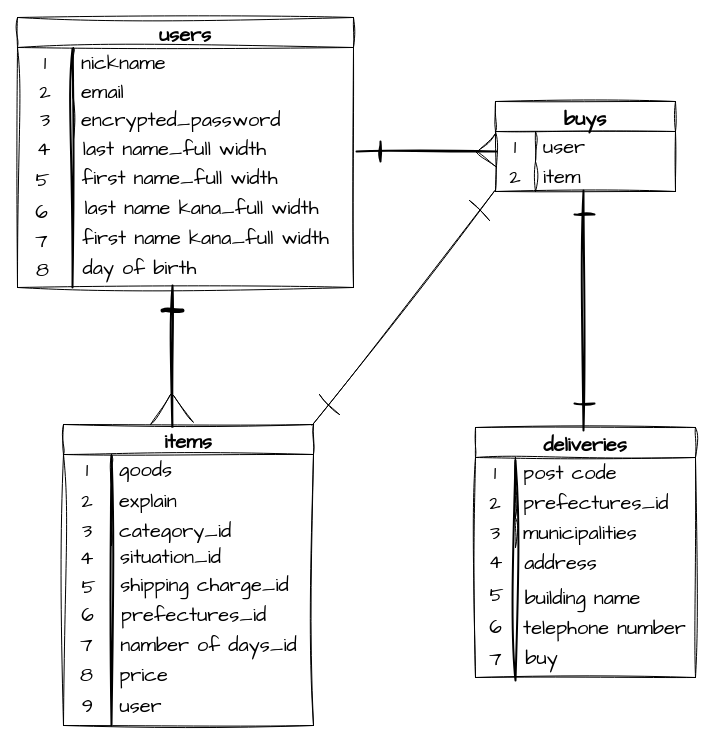
The draw.io diagram test.dio in naosmile/furima-39376, before the edit. Source tidied: cells renumbered, new cells numbered last; positions are measured from the earlier drawing's top-left corner, leaving out a move shared by most shapes. Both pictures are drawn from the tidied source at 100%, with x=0, y=0 at pixel (17, 17).
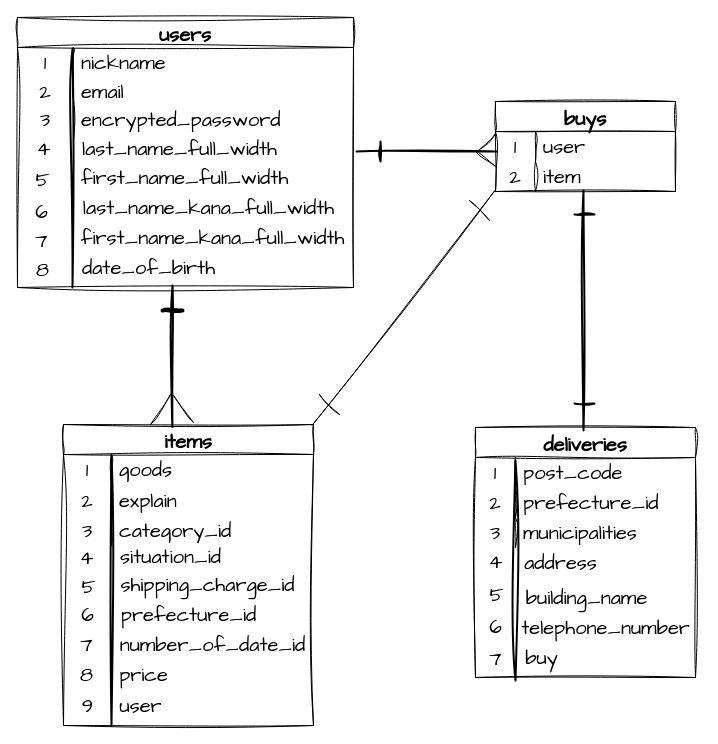
After the change.

Commit message (it also covers changes not shown here):
データベース設計４

Unchanged cells that the change refers to:
```xml
<mxCell id="29" style="shape=tableRow;horizontal=0;startSize=0;swimlaneHead=0;swimlaneBody=0;top=0;left=0;bottom=0;right=0;fillColor=none;sketch=1;hachureGap=4;jiggle=2;curveFitting=1;fontFamily=Architects Daughter;fontSize=20;" parent="28" vertex="1">
  <mxGeometry y="30" width="220" height="30" as="geometry" />
</mxCell>
<mxCell id="32" style="shape=tableRow;horizontal=0;startSize=0;swimlaneHead=0;swimlaneBody=0;top=0;left=0;bottom=0;right=0;fillColor=none;sketch=1;hachureGap=4;jiggle=2;curveFitting=1;fontFamily=Architects Daughter;fontSize=20;" parent="28" vertex="1">
  <mxGeometry y="60" width="220" height="30" as="geometry" />
</mxCell>
```

The edit, as a diff of the source:
```diff
@@
-    <mxCell id="14" value="last name_full width" style="text;html=1;align=center;verticalAlign=middle;strokeColor=none;fillColor=none;fontSize=20;fontFamily=Architects Daughter;sketch=1;hachureGap=4;jiggle=2;curveFitting=1;" parent="1" vertex="1">
-      <mxGeometry x="52" y="111" width="210" height="40" as="geometry" />
+    <mxCell id="14" value="last_name_full_width" style="text;html=1;align=center;verticalAlign=middle;strokeColor=none;fillColor=none;fontSize=20;fontFamily=Architects Daughter;sketch=1;hachureGap=4;jiggle=2;curveFitting=1;" parent="1" vertex="1">
+      <mxGeometry x="52" y="111" width="220" height="40" as="geometry" />
     </mxCell>
-    <mxCell id="15" value="first name kana_full width" style="text;html=1;align=center;verticalAlign=middle;strokeColor=none;fillColor=none;fontSize=20;fontFamily=Architects Daughter;sketch=1;hachureGap=4;jiggle=2;curveFitting=1;" parent="1" vertex="1">
-      <mxGeometry x="53" y="200" width="270" height="40" as="geometry" />
+    <mxCell id="15" value="first_name_kana_full_width" style="text;html=1;align=center;verticalAlign=middle;strokeColor=none;fillColor=none;fontSize=20;fontFamily=Architects Daughter;sketch=1;hachureGap=4;jiggle=2;curveFitting=1;" parent="1" vertex="1">
+      <mxGeometry x="50" y="200" width="290" height="40" as="geometry" />
     </mxCell>
@@
-    <mxCell id="23" value="shipping charge_id" style="text;html=1;align=center;verticalAlign=middle;strokeColor=none;fillColor=none;fontSize=20;fontFamily=Architects Daughter;sketch=1;hachureGap=4;jiggle=2;curveFitting=1;" parent="1" vertex="1">
-      <mxGeometry x="92" y="547" width="190" height="40" as="geometry" />
+    <mxCell id="23" value="shipping_charge_id" style="text;html=1;align=center;verticalAlign=middle;strokeColor=none;fillColor=none;fontSize=20;fontFamily=Architects Daughter;sketch=1;hachureGap=4;jiggle=2;curveFitting=1;" parent="1" vertex="1">
+      <mxGeometry x="90" y="547" width="200" height="40" as="geometry" />
     </mxCell>
-    <mxCell id="24" value="prefectures_id" style="text;html=1;align=center;verticalAlign=middle;strokeColor=none;fillColor=none;fontSize=20;fontFamily=Architects Daughter;sketch=1;hachureGap=4;jiggle=2;curveFitting=1;" parent="1" vertex="1">
-      <mxGeometry x="91" y="577" width="170" height="40" as="geometry" />
+    <mxCell id="24" value="prefecture_id" style="text;html=1;align=center;verticalAlign=middle;strokeColor=none;fillColor=none;fontSize=20;fontFamily=Architects Daughter;sketch=1;hachureGap=4;jiggle=2;curveFitting=1;" parent="1" vertex="1">
+      <mxGeometry x="91" y="577" width="160" height="40" as="geometry" />
     </mxCell>
-    <mxCell id="25" value="namber of days_id" style="text;html=1;align=center;verticalAlign=middle;strokeColor=none;fillColor=none;fontSize=20;fontFamily=Architects Daughter;sketch=1;hachureGap=4;jiggle=2;curveFitting=1;" parent="1" vertex="1">
-      <mxGeometry x="91" y="607" width="200" height="40" as="geometry" />
+    <mxCell id="25" value="number_of_date_id" style="text;html=1;align=center;verticalAlign=middle;strokeColor=none;fillColor=none;fontSize=20;fontFamily=Architects Daughter;sketch=1;hachureGap=4;jiggle=2;curveFitting=1;" parent="1" vertex="1">
+      <mxGeometry x="90" y="607" width="210" height="40" as="geometry" />
     </mxCell>
@@
-    <mxCell id="31" value="post code" style="shape=partialRectangle;html=1;whiteSpace=wrap;fillColor=none;top=0;left=0;bottom=0;right=0;align=left;spacingLeft=6;overflow=hidden;sketch=1;hachureGap=4;jiggle=2;curveFitting=1;fontFamily=Architects Daughter;fontSize=20;" parent="29" vertex="1">
+    <mxCell id="31" value="post_code" style="shape=partialRectangle;html=1;whiteSpace=wrap;fillColor=none;top=0;left=0;bottom=0;right=0;align=left;spacingLeft=6;overflow=hidden;sketch=1;hachureGap=4;jiggle=2;curveFitting=1;fontFamily=Architects Daughter;fontSize=20;" parent="29" vertex="1">
       <mxGeometry x="40" width="180" height="30" as="geometry" />
     </mxCell>
@@
-    <mxCell id="34" value="prefectures_id" style="shape=partialRectangle;html=1;whiteSpace=wrap;fillColor=none;top=0;left=0;bottom=0;right=0;align=left;spacingLeft=6;overflow=hidden;sketch=1;hachureGap=4;jiggle=2;curveFitting=1;fontFamily=Architects Daughter;fontSize=20;" parent="32" vertex="1">
+    <mxCell id="34" value="prefecture_id" style="shape=partialRectangle;html=1;whiteSpace=wrap;fillColor=none;top=0;left=0;bottom=0;right=0;align=left;spacingLeft=6;overflow=hidden;sketch=1;hachureGap=4;jiggle=2;curveFitting=1;fontFamily=Architects Daughter;fontSize=20;" parent="32" vertex="1">
       <mxGeometry x="40" width="180" height="30" as="geometry" />
     </mxCell>
@@
-    <mxCell id="50" value="building name" style="text;html=1;align=center;verticalAlign=middle;strokeColor=none;fillColor=none;fontSize=20;fontFamily=Architects Daughter;sketch=1;hachureGap=4;jiggle=2;curveFitting=1;" parent="1" vertex="1">
-      <mxGeometry x="495" y="560" width="140" height="40" as="geometry" />
+    <mxCell id="50" value="building_name" style="text;html=1;align=center;verticalAlign=middle;strokeColor=none;fillColor=none;fontSize=20;fontFamily=Architects Daughter;sketch=1;hachureGap=4;jiggle=2;curveFitting=1;" parent="1" vertex="1">
+      <mxGeometry x="499" y="560" width="140" height="40" as="geometry" />
     </mxCell>
-    <mxCell id="51" value="telephone number" style="text;html=1;align=center;verticalAlign=middle;strokeColor=none;fillColor=none;fontSize=20;fontFamily=Architects Daughter;sketch=1;hachureGap=4;jiggle=2;curveFitting=1;" parent="1" vertex="1">
-      <mxGeometry x="492" y="590" width="190" height="40" as="geometry" />
+    <mxCell id="51" value="telephone_number" style="text;html=1;align=center;verticalAlign=middle;strokeColor=none;fillColor=none;fontSize=20;fontFamily=Architects Daughter;sketch=1;hachureGap=4;jiggle=2;curveFitting=1;" parent="1" vertex="1">
+      <mxGeometry x="493" y="590" width="190" height="40" as="geometry" />
     </mxCell>
@@
-    <mxCell id="80" value="day of birth" style="text;html=1;align=center;verticalAlign=middle;strokeColor=none;fillColor=none;fontSize=20;fontFamily=Architects Daughter;sketch=1;hachureGap=4;jiggle=2;curveFitting=1;" parent="1" vertex="1">
-      <mxGeometry x="52" y="230" width="140" height="40" as="geometry" />
+    <mxCell id="80" value="date_of_birth" style="text;html=1;align=center;verticalAlign=middle;strokeColor=none;fillColor=none;fontSize=20;fontFamily=Architects Daughter;sketch=1;hachureGap=4;jiggle=2;curveFitting=1;" parent="1" vertex="1">
+      <mxGeometry x="51" y="230" width="160" height="40" as="geometry" />
     </mxCell>
@@
-    <mxCell id="84" value="first name_full width" style="text;html=1;align=center;verticalAlign=middle;strokeColor=none;fillColor=none;fontSize=20;fontFamily=Architects Daughter;sketch=1;hachureGap=4;jiggle=2;curveFitting=1;" parent="1" vertex="1">
-      <mxGeometry x="52" y="140" width="220" height="40" as="geometry" />
+    <mxCell id="84" value="first_name_full_width" style="text;html=1;align=center;verticalAlign=middle;strokeColor=none;fillColor=none;fontSize=20;fontFamily=Architects Daughter;sketch=1;hachureGap=4;jiggle=2;curveFitting=1;" parent="1" vertex="1">
+      <mxGeometry x="52" y="140" width="230" height="40" as="geometry" />
     </mxCell>
-    <mxCell id="85" value="last name kana_full width" style="text;html=1;align=center;verticalAlign=middle;strokeColor=none;fillColor=none;fontSize=20;fontFamily=Architects Daughter;sketch=1;hachureGap=4;jiggle=2;curveFitting=1;" parent="1" vertex="1">
-      <mxGeometry x="54" y="170" width="260" height="40" as="geometry" />
+    <mxCell id="85" value="last_name_kana_full_width" style="text;html=1;align=center;verticalAlign=middle;strokeColor=none;fillColor=none;fontSize=20;fontFamily=Architects Daughter;sketch=1;hachureGap=4;jiggle=2;curveFitting=1;" parent="1" vertex="1">
+      <mxGeometry x="56" y="170" width="270" height="40" as="geometry" />
     </mxCell>
```
